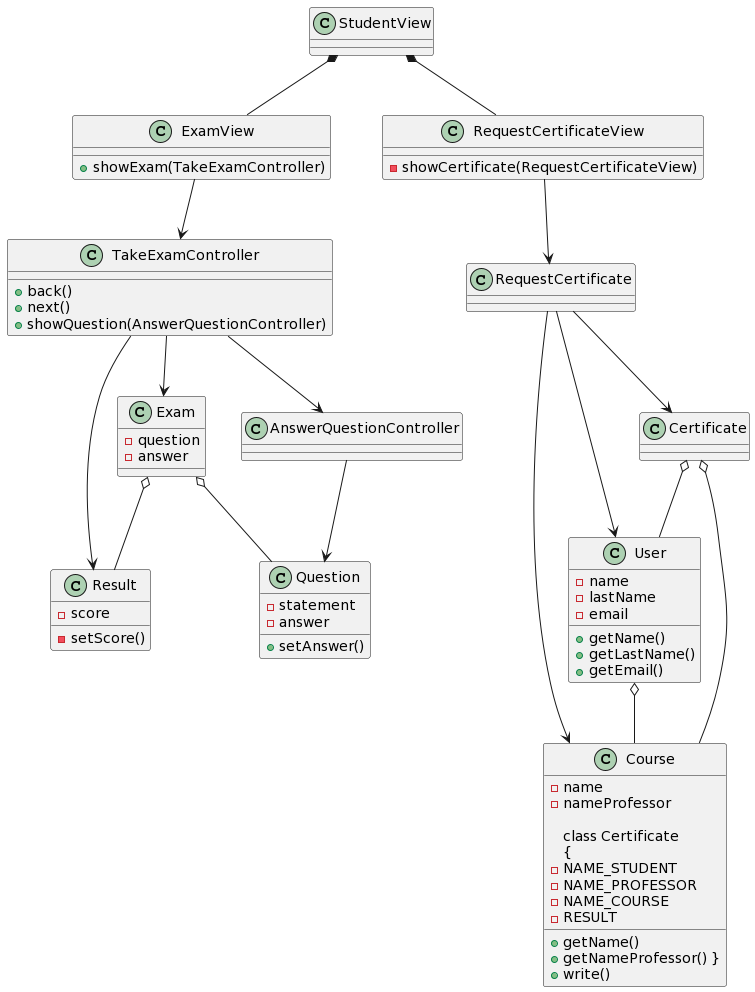
Carverz/IS-022023_Proyecto-Grupo-4 keeps this PlantUML diagram as docs/logicalView/analysisView/architectureAnalysis/DiagramaDeClases/DiagramaDeClasesGenerales.png. Above is the earlier version.
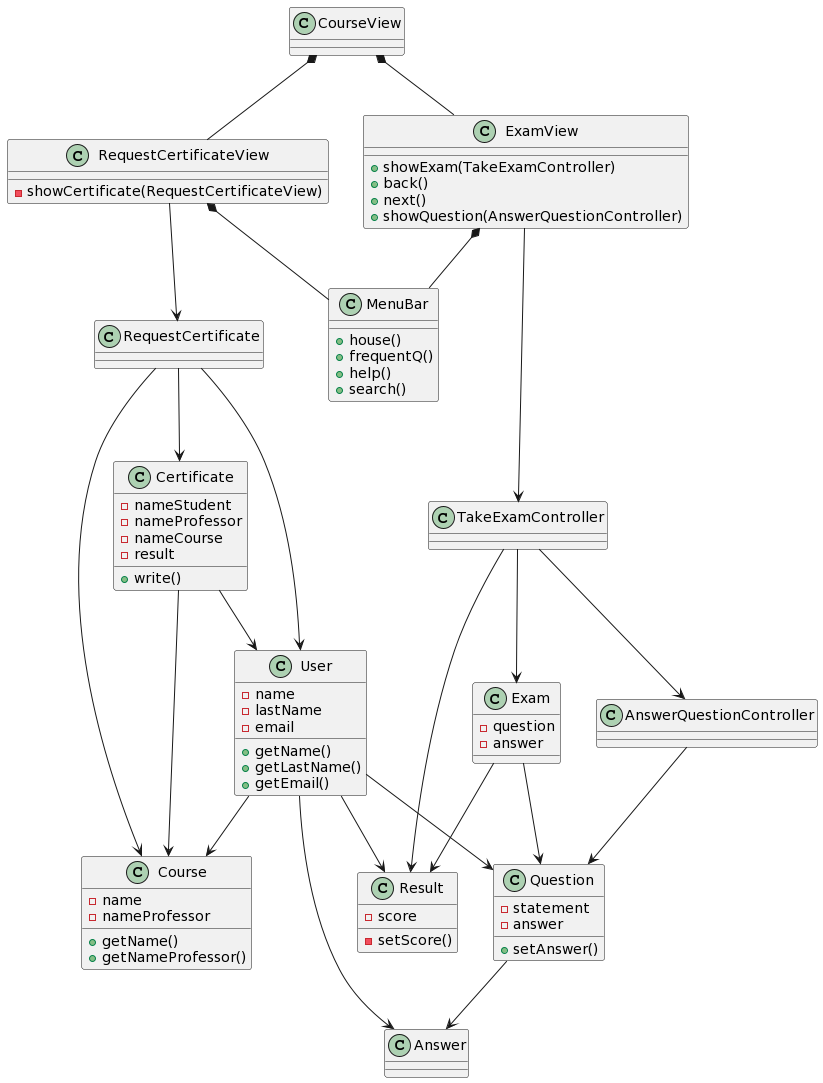
The same diagram one commit later.

Commit message:
correccion entrega 3

What changed in the source:
```diff
@@ -1,5 +1,5 @@
 @startuml
-class StudentView {}
+class CourseView {}
 
 class Result
 {
@@ -30,18 +30,20 @@
     +setAnswer()
 }
 
-class AnswerQuestionController{}
+class AnswerQuestionController{
+}
 
 class TakeExamController
 {
-    +back()
-    +next()
-    +showQuestion(AnswerQuestionController)
+
 }
 
 class ExamView
 {
     +showExam(TakeExamController)
++back()
+    +next()
+    +showQuestion(AnswerQuestionController)
 }
 
 class Course
@@ -49,14 +51,15 @@
     -name
     -nameProfessor
     +getName()
-    +getNameProfessor() }
+    +getNameProfessor()
+    }
 
 class Certificate
 {
-    -NAME_STUDENT
-    -NAME_PROFESSOR
-    -NAME_COURSE
-    -RESULT
+    -nameStudent
+    -nameProfessor
+    -nameCourse
+    -result
     +write()
 }
 
@@ -66,21 +69,37 @@
 {
     -showCertificate(RequestCertificateView)
 }
+class Answer{
+}
 
-StudentView *-- RequestCertificateView
-StudentView *-- ExamView
+class MenuBar{
++house()
++frequentQ()
++help()
++search()
+
+}
+CourseView *-- RequestCertificateView
+CourseView *-- ExamView
 RequestCertificateView-->RequestCertificate
 ExamView --> TakeExamController
 TakeExamController--> AnswerQuestionController
 RequestCertificate--> User
 RequestCertificate--> Course
 RequestCertificate-->Certificate
-User o-- Course
-Certificate o-- Course
-Certificate o-- User
+User --> Course
+Certificate --> Course
+Certificate --> User
+
 TakeExamController--> Exam
 TakeExamController--> Result
 AnswerQuestionController--> Question
-Exam o-- Question
-Exam o-- Result
+Exam --> Question
+Exam --> Result
+User --> Result
+User --> Question
+User --> Answer
+Question --> Answer
+ExamView *-- MenuBar
+RequestCertificateView *-- MenuBar
 @enduml
```
